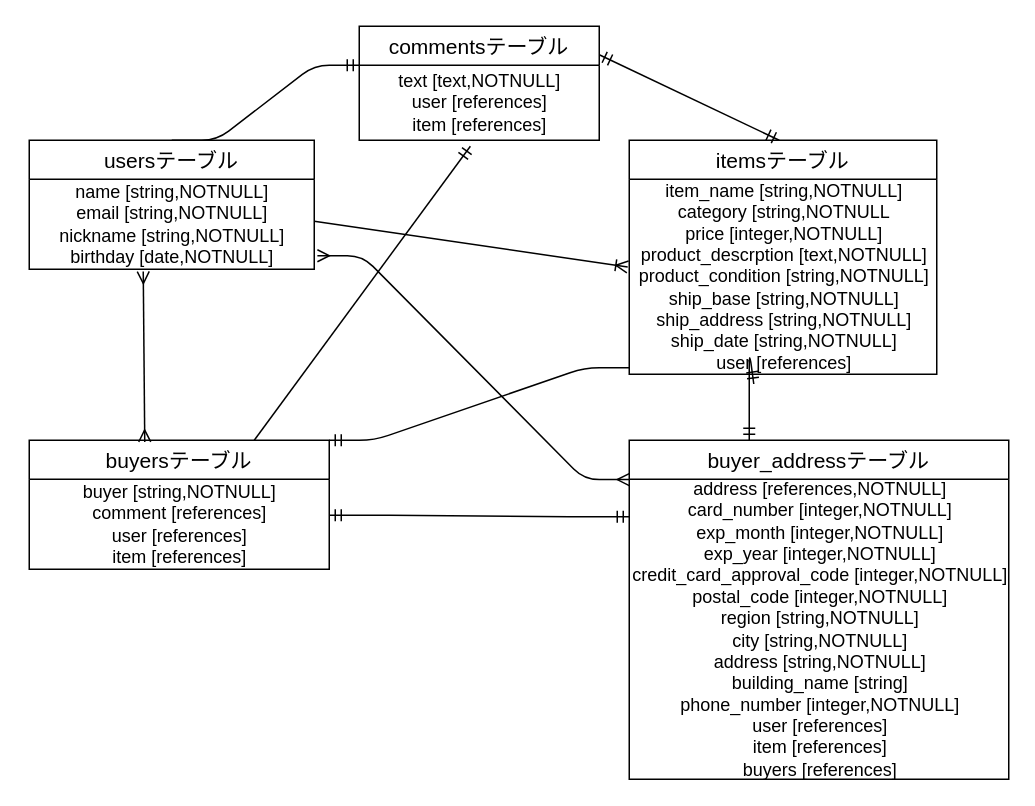
This is config/furima.dio from AtsuyaMoritani/furima-35562, a draw.io file, before an edit. Source tidied: cells renumbered, new cells numbered last; positions are measured from the earlier drawing's top-left corner, leaving out a move shared by most shapes. Both pictures are drawn from the tidied source at 150%, with x=0, y=0 at pixel (28, 26).
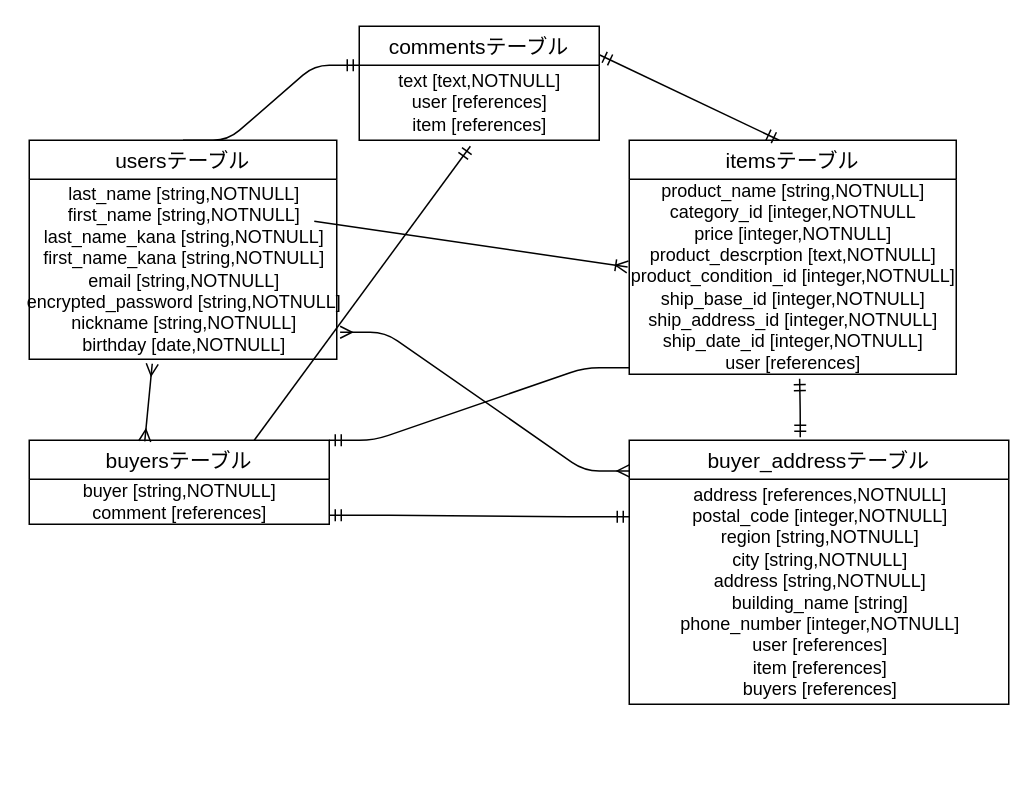
After the change.

Diff of the diagram source:
```diff
@@
     <mxCell id="2" value="usersテーブル" style="swimlane;fontStyle=0;horizontal=1;startSize=26;align=center;fontSize=14;" parent="1" vertex="1">
-      <mxGeometry y="76" width="190" height="86" as="geometry" />
+      <mxGeometry y="76" width="205" height="146" as="geometry" />
     </mxCell>
@@
-    <mxCell id="4" value="name [string,NOTNULL]&lt;br&gt;email [string,NOTNULL]&lt;br&gt;nickname [string,NOTNULL]&lt;br&gt;birthday [date,NOTNULL]" style="text;html=1;align=center;verticalAlign=middle;points=[];" parent="2" vertex="1">
-      <mxGeometry y="26" width="190" height="60" as="geometry" />
+    <mxCell id="4" value="last_name [string,NOTNULL]&lt;br&gt;first_name [string,NOTNULL]&lt;br&gt;last_name_kana [string,NOTNULL]&lt;br&gt;first_name_kana [string,NOTNULL]&lt;br&gt;email [string,NOTNULL]&lt;br&gt;encrypted_password [string,NOTNULL]&lt;br&gt;nickname [string,NOTNULL]&lt;br&gt;birthday [date,NOTNULL]" style="text;html=1;align=center;verticalAlign=middle;points=[];" parent="2" vertex="1">
+      <mxGeometry y="26" width="205" height="120" as="geometry" />
     </mxCell>
     <mxCell id="5" value="itemsテーブル" style="swimlane;fontStyle=0;horizontal=1;startSize=26;align=center;fontSize=14;" parent="1" vertex="1">
-      <mxGeometry x="400" y="76" width="205" height="156" as="geometry" />
+      <mxGeometry x="400" y="76" width="218" height="156" as="geometry" />
     </mxCell>
-    <mxCell id="6" value="item_name [string,NOTNULL]&lt;br&gt;category [string,NOTNULL&lt;br&gt;price [integer,NOTNULL]&lt;br&gt;product_descrption [text,NOTNULL]&lt;br&gt;product_condition [string,NOTNULL]&lt;br&gt;ship_base [string,NOTNULL]&lt;br&gt;ship_address [string,NOTNULL]&lt;br&gt;ship_date [string,NOTNULL]&lt;br&gt;user [references]" style="text;html=1;align=center;verticalAlign=middle;points=[];" parent="5" vertex="1">
-      <mxGeometry y="26" width="205" height="130" as="geometry" />
+    <mxCell id="6" value="product_name [string,NOTNULL]&lt;br&gt;category_id [integer,NOTNULL&lt;br&gt;price [integer,NOTNULL]&lt;br&gt;product_descrption [text,NOTNULL]&lt;br&gt;product_condition_id [integer,NOTNULL]&lt;br&gt;ship_base_id [integer,NOTNULL]&lt;br&gt;ship_address_id [integer,NOTNULL]&lt;br&gt;ship_date_id [integer,NOTNULL]&lt;br&gt;user [references]" style="text;html=1;align=center;verticalAlign=middle;points=[];" parent="5" vertex="1">
+      <mxGeometry y="26" width="218" height="130" as="geometry" />
     </mxCell>
@@
     <mxCell id="8" value="buyersテーブル" style="swimlane;fontStyle=0;horizontal=1;startSize=26;align=center;fontSize=14;" parent="1" vertex="1">
-      <mxGeometry y="276" width="200" height="86" as="geometry" />
+      <mxGeometry y="276" width="200" height="56" as="geometry" />
     </mxCell>
-    <mxCell id="9" value="buyer [string,NOTNULL]&lt;br&gt;comment [references]&lt;br&gt;user [references]&lt;br&gt;item [references]" style="text;html=1;align=center;verticalAlign=middle;" parent="8" vertex="1">
-      <mxGeometry y="26" width="200" height="60" as="geometry" />
+    <mxCell id="9" value="buyer [string,NOTNULL]&lt;br&gt;comment [references]" style="text;html=1;align=center;verticalAlign=middle;" parent="8" vertex="1">
+      <mxGeometry y="26" width="200" height="30" as="geometry" />
     </mxCell>
     <mxCell id="10" value="buyer_addressテーブル" style="swimlane;fontStyle=0;horizontal=1;startSize=26;align=center;fontSize=14;" parent="1" vertex="1">
-      <mxGeometry x="400" y="276" width="253" height="226" as="geometry" />
+      <mxGeometry x="400" y="276" width="253" height="176" as="geometry" />
     </mxCell>
-    <mxCell id="11" value="address [references,NOTNULL]&lt;br&gt;card_number [integer,NOTNULL]&lt;br&gt;exp_month [integer,NOTNULL]&lt;br&gt;exp_year [integer,NOTNULL]&lt;br&gt;credit_card_approval_code [integer,NOTNULL]&lt;br&gt;postal_code [integer,NOTNULL]&lt;br&gt;region [string,NOTNULL]&lt;br&gt;city [string,NOTNULL]&lt;br&gt;address [string,NOTNULL]&lt;br&gt;building_name [string]&lt;br&gt;phone_number [integer,NOTNULL]&lt;br&gt;user [references]&lt;br&gt;item [references]&lt;br&gt;buyers [references]" style="text;html=1;align=center;verticalAlign=middle;" parent="10" vertex="1">
-      <mxGeometry y="26" width="253" height="200" as="geometry" />
+    <mxCell id="11" value="address [references,NOTNULL]&lt;br&gt;postal_code [integer,NOTNULL]&lt;br&gt;region [string,NOTNULL]&lt;br&gt;city [string,NOTNULL]&lt;br&gt;address [string,NOTNULL]&lt;br&gt;building_name [string]&lt;br&gt;phone_number [integer,NOTNULL]&lt;br&gt;user [references]&lt;br&gt;item [references]&lt;br&gt;buyers [references]" style="text;html=1;align=center;verticalAlign=middle;" parent="10" vertex="1">
+      <mxGeometry y="26" width="253" height="150" as="geometry" />
     </mxCell>
@@
-    <mxCell id="20" style="fontSize=12;html=1;endArrow=ERmandOne;startArrow=ERmandOne;entryX=0.405;entryY=1.05;entryDx=0;entryDy=0;entryPerimeter=0;" parent="1" edge="1" target="6">
+    <mxCell id="20" style="fontSize=12;html=1;endArrow=ERmandOne;startArrow=ERmandOne;entryX=0.521;entryY=1.023;entryDx=0;entryDy=0;entryPerimeter=0;" parent="1" edge="1" target="6">
       <mxGeometry relative="1" as="geometry">
-        <mxPoint x="480" y="276" as="sourcePoint" />
+        <mxPoint x="514" y="274" as="sourcePoint" />
         <Array as="points">
-          <mxPoint x="480" y="216" />
+          <mxPoint x="514" y="256" />
         </Array>
       </mxGeometry>
     </mxCell>
```
